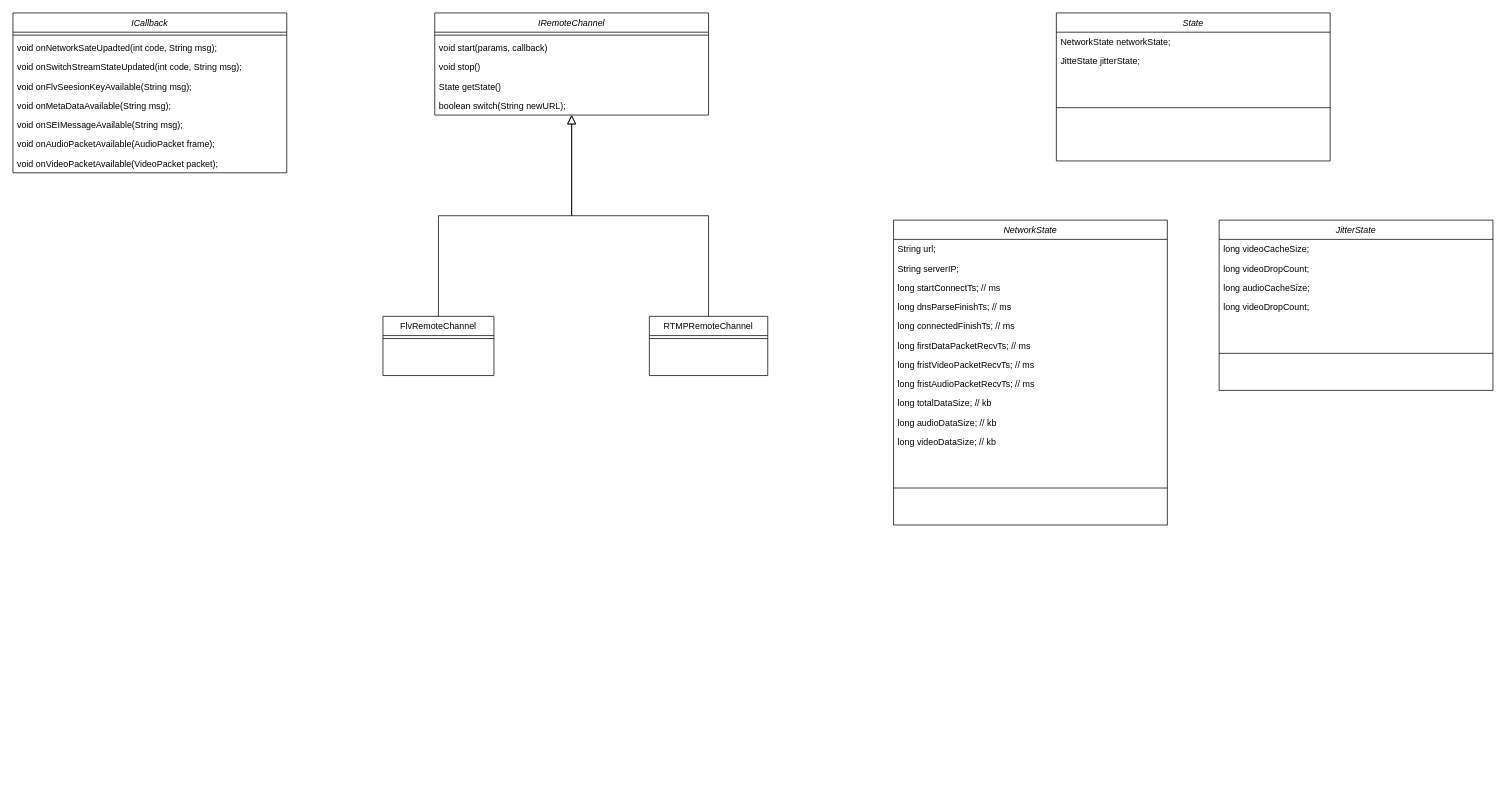
This is about/Untitled Diagram.drawio from AlphaHans/AlphaHans.github.io, a draw.io file, before an edit. Source tidied: cells renumbered, new cells numbered last; positions are measured from the earlier drawing's top-left corner, leaving out a move shared by most shapes. Both pictures are drawn from the tidied source at 74%, with x=0, y=0 at pixel (13, 13).
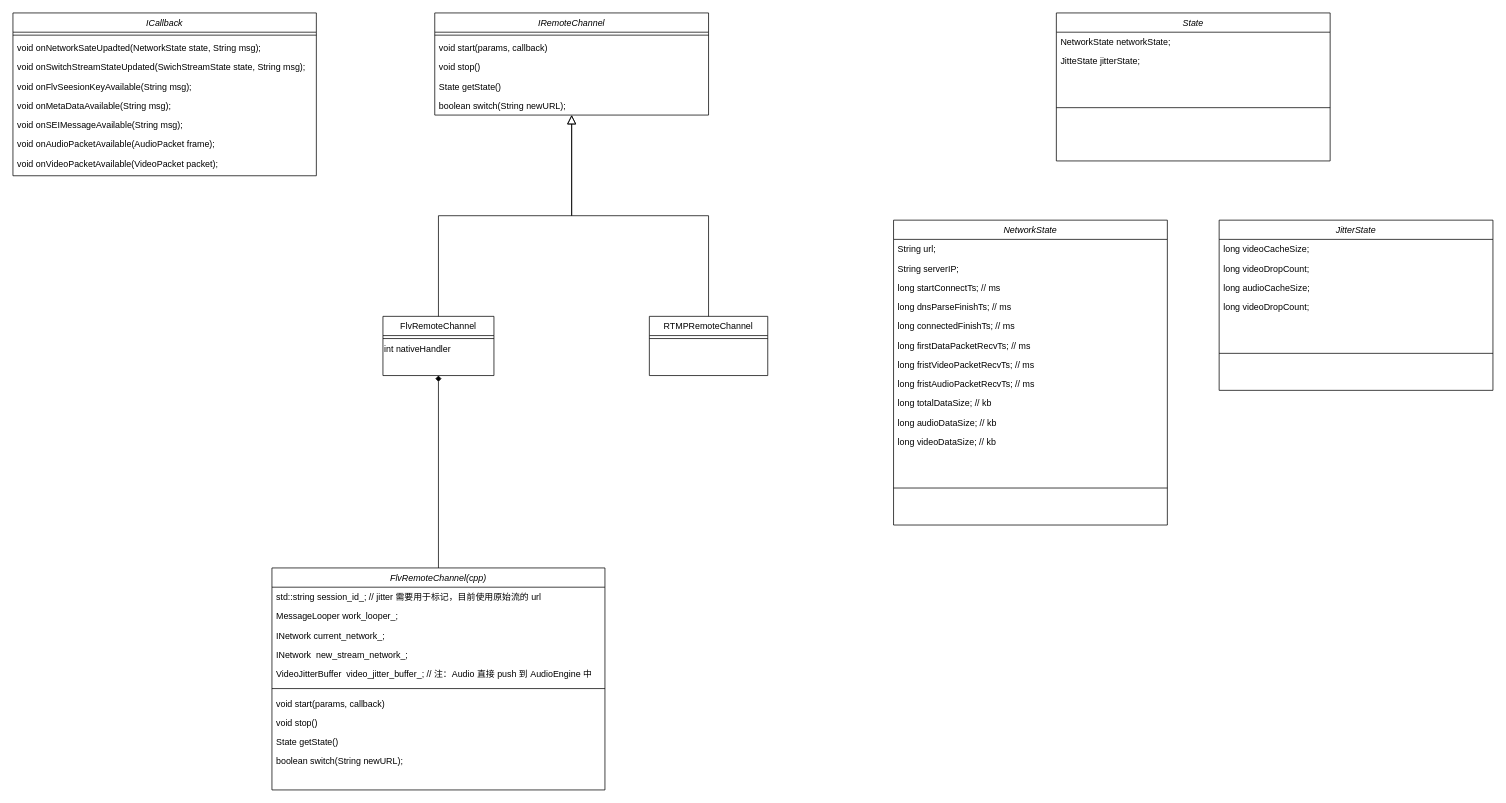
The same diagram, later.

The change refers to these unchanged cells:
```xml
<mxCell id="8" value="FlvRemoteChannel" style="swimlane;fontStyle=0;align=center;verticalAlign=top;horizontal=1;startSize=26;rounded=0;shadow=0;strokeWidth=1;" parent="1" vertex="1">
  <mxGeometry x="500" y="410" width="150" height="80" as="geometry" />
</mxCell>
```

Diff of the diagram source:
```diff
@@
+    <mxCell id="46" value="int nativeHandler" style="text;html=1;align=left;verticalAlign=middle;" parent="8" vertex="1">
+      <mxGeometry y="34" width="150" height="20" as="geometry" />
+    </mxCell>
@@
     <mxCell id="14" value="ICallback" style="swimlane;fontStyle=2;align=center;verticalAlign=top;horizontal=1;startSize=26;rounded=0;shadow=0;strokeWidth=1;" parent="1" vertex="1">
-      <mxGeometry width="370" height="216" as="geometry" />
+      <mxGeometry width="410" height="220" as="geometry" />
     </mxCell>
     <mxCell id="15" style="line;html=1;strokeWidth=1;align=left;verticalAlign=middle;spacingTop=-1;spacingLeft=3;spacingRight=3;labelPosition=right;" parent="14" vertex="1">
-      <mxGeometry y="26" width="370" height="8" as="geometry" />
+      <mxGeometry y="26" width="410" height="8" as="geometry" />
     </mxCell>
-    <mxCell id="16" value="void onNetworkSateUpadted(int code, String msg);" style="text;align=left;verticalAlign=top;spacingLeft=4;spacingRight=4;overflow=hidden;" parent="14" vertex="1">
-      <mxGeometry y="34" width="370" height="26" as="geometry" />
+    <mxCell id="16" value="void onNetworkSateUpadted(NetworkState state, String msg);" style="text;align=left;verticalAlign=top;spacingLeft=4;spacingRight=4;overflow=hidden;" parent="14" vertex="1">
+      <mxGeometry y="34" width="410" height="26" as="geometry" />
     </mxCell>
-    <mxCell id="17" value="void onSwitchStreamStateUpdated(int code, String msg);" style="text;align=left;verticalAlign=top;spacingLeft=4;spacingRight=4;overflow=hidden;" parent="14" vertex="1">
-      <mxGeometry y="60" width="370" height="26" as="geometry" />
+    <mxCell id="17" value="void onSwitchStreamStateUpdated(SwichStreamState state, String msg);" style="text;align=left;verticalAlign=top;spacingLeft=4;spacingRight=4;overflow=hidden;" parent="14" vertex="1">
+      <mxGeometry y="60" width="410" height="26" as="geometry" />
     </mxCell>
     <mxCell id="18" value="void onFlvSeesionKeyAvailable(String msg);" style="text;align=left;verticalAlign=top;spacingLeft=4;spacingRight=4;overflow=hidden;" parent="14" vertex="1">
-      <mxGeometry y="86" width="370" height="26" as="geometry" />
+      <mxGeometry y="86" width="410" height="26" as="geometry" />
     </mxCell>
     <mxCell id="19" value="void onMetaDataAvailable(String msg);" style="text;align=left;verticalAlign=top;spacingLeft=4;spacingRight=4;overflow=hidden;" parent="14" vertex="1">
-      <mxGeometry y="112" width="370" height="26" as="geometry" />
+      <mxGeometry y="112" width="410" height="26" as="geometry" />
     </mxCell>
     <mxCell id="20" value="void onSEIMessageAvailable(String msg);" style="text;align=left;verticalAlign=top;spacingLeft=4;spacingRight=4;overflow=hidden;" parent="14" vertex="1">
-      <mxGeometry y="138" width="370" height="26" as="geometry" />
+      <mxGeometry y="138" width="410" height="26" as="geometry" />
     </mxCell>
     <mxCell id="21" value="void onAudioPacketAvailable(AudioPacket frame);" style="text;align=left;verticalAlign=top;spacingLeft=4;spacingRight=4;overflow=hidden;" parent="14" vertex="1">
-      <mxGeometry y="164" width="370" height="26" as="geometry" />
+      <mxGeometry y="164" width="410" height="26" as="geometry" />
     </mxCell>
     <mxCell id="22" value="void onVideoPacketAvailable(VideoPacket packet);" style="text;align=left;verticalAlign=top;spacingLeft=4;spacingRight=4;overflow=hidden;" parent="14" vertex="1">
-      <mxGeometry y="190" width="370" height="26" as="geometry" />
+      <mxGeometry y="190" width="410" height="26" as="geometry" />
     </mxCell>
@@
+    <mxCell id="47" style="edgeStyle=orthogonalEdgeStyle;rounded=0;jettySize=auto;html=1;entryX=0.5;entryY=1;entryDx=0;entryDy=0;endArrow=diamond;endFill=1;" parent="1" edge="1" source="48" target="8">
+      <mxGeometry relative="1" as="geometry" />
+    </mxCell>
+    <mxCell id="48" value="FlvRemoteChannel(cpp)" style="swimlane;fontStyle=2;align=center;verticalAlign=top;horizontal=1;startSize=26;rounded=0;shadow=0;strokeWidth=1;" parent="1" vertex="1">
+      <mxGeometry x="350" y="750" width="450" height="300" as="geometry" />
+    </mxCell>
+    <mxCell id="49" value="std::string session_id_; // jitter 需要用于标记，目前使用原始流的 url" style="text;align=left;verticalAlign=top;spacingLeft=4;spacingRight=4;overflow=hidden;" parent="48" vertex="1">
+      <mxGeometry y="26" width="450" height="26" as="geometry" />
+    </mxCell>
+    <mxCell id="50" value="MessageLooper work_looper_;" style="text;align=left;verticalAlign=top;spacingLeft=4;spacingRight=4;overflow=hidden;" parent="48" vertex="1">
+      <mxGeometry y="52" width="450" height="26" as="geometry" />
+    </mxCell>
+    <mxCell id="51" value="INetwork current_network_;" style="text;align=left;verticalAlign=top;spacingLeft=4;spacingRight=4;overflow=hidden;" parent="48" vertex="1">
+      <mxGeometry y="78" width="450" height="26" as="geometry" />
+    </mxCell>
+    <mxCell id="52" value="INetwork  new_stream_network_;" style="text;align=left;verticalAlign=top;spacingLeft=4;spacingRight=4;overflow=hidden;" parent="48" vertex="1">
+      <mxGeometry y="104" width="450" height="26" as="geometry" />
+    </mxCell>
+    <mxCell id="53" value="VideoJitterBuffer  video_jitter_buffer_; // 注：Audio 直接 push 到 AudioEngine 中" style="text;align=left;verticalAlign=top;spacingLeft=4;spacingRight=4;overflow=hidden;" parent="48" vertex="1">
+      <mxGeometry y="130" width="450" height="26" as="geometry" />
+    </mxCell>
+    <mxCell id="54" style="line;html=1;strokeWidth=1;align=left;verticalAlign=middle;spacingTop=-1;spacingLeft=3;spacingRight=3;labelPosition=right;" parent="48" vertex="1">
+      <mxGeometry y="156" width="450" height="14" as="geometry" />
+    </mxCell>
+    <mxCell id="55" value="void start(params, callback)" style="text;align=left;verticalAlign=top;spacingLeft=4;spacingRight=4;overflow=hidden;" parent="48" vertex="1">
+      <mxGeometry y="170" width="450" height="26" as="geometry" />
+    </mxCell>
+    <mxCell id="56" value="void stop()" style="text;align=left;verticalAlign=top;spacingLeft=4;spacingRight=4;overflow=hidden;" parent="48" vertex="1">
+      <mxGeometry y="196" width="450" height="26" as="geometry" />
+    </mxCell>
+    <mxCell id="57" value="State getState()" style="text;align=left;verticalAlign=top;spacingLeft=4;spacingRight=4;overflow=hidden;" parent="48" vertex="1">
+      <mxGeometry y="222" width="450" height="26" as="geometry" />
+    </mxCell>
+    <mxCell id="58" value="boolean switch(String newURL);" style="text;align=left;verticalAlign=top;spacingLeft=4;spacingRight=4;overflow=hidden;" parent="48" vertex="1">
+      <mxGeometry y="248" width="450" height="26" as="geometry" />
+    </mxCell>
```
